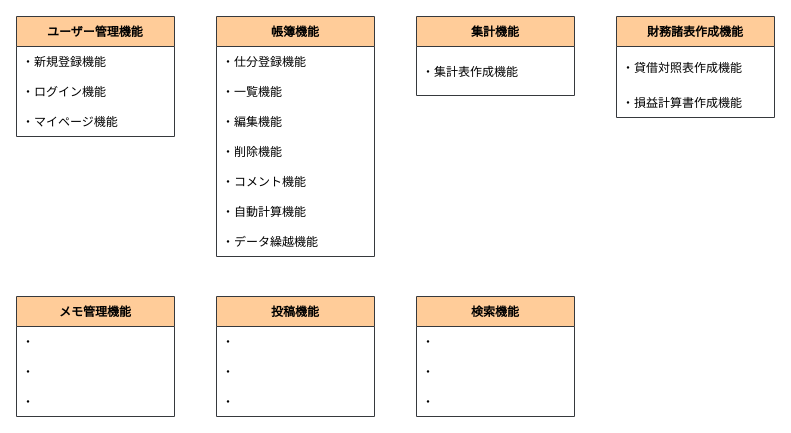
rikakohira/moneyforest keeps this draw.io diagram as page "機能一覧" (1 of 3) of moneyforest.dio. Above is the earlier version. Source tidied: cells renumbered, new cells numbered last; positions are measured from the earlier drawing's top-left corner, leaving out a move shared by most shapes. Both pictures are drawn from the tidied source at 100%, with x=0, y=0 at pixel (16, 16).
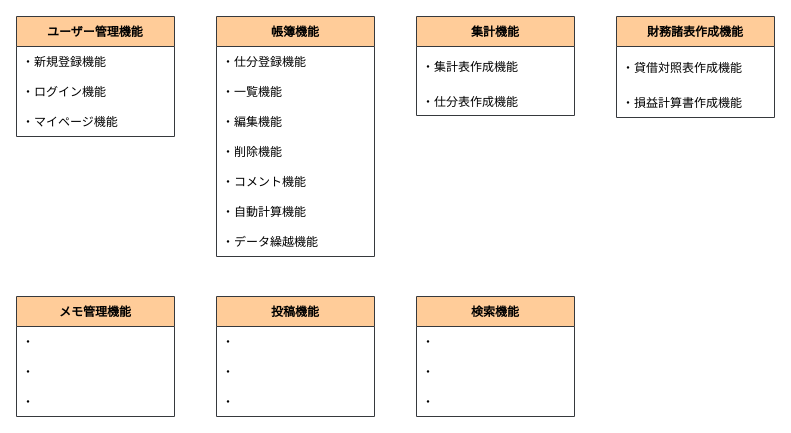
The same page after the edit.

Change to the diagram source:
```diff
@@
     <mxCell id="21" value="集計機能" style="swimlane;fontStyle=1;horizontal=1;startSize=30;fontFamily=Helvetica;fontSize=12;strokeColor=#36393d;fillColor=#ffcc99;fontColor=#000000;" parent="1" vertex="1">
-      <mxGeometry x="400" width="158" height="79" as="geometry" />
+      <mxGeometry x="400" width="158" height="99" as="geometry" />
     </mxCell>
     <mxCell id="22" value="・集計表作成機能" style="text;strokeColor=none;fillColor=none;align=left;verticalAlign=middle;spacingLeft=4;spacingRight=4;overflow=hidden;fontFamily=Helvetica;fontSize=12;fontColor=#000000;startSize=30;" parent="21" vertex="1">
-      <mxGeometry y="30" width="158" height="49" as="geometry" />
+      <mxGeometry y="30" width="158" height="40" as="geometry" />
     </mxCell>
+    <mxCell id="31" value="・仕分表作成機能" style="text;strokeColor=none;fillColor=none;align=left;verticalAlign=middle;spacingLeft=4;spacingRight=4;overflow=hidden;fontFamily=Helvetica;fontSize=12;fontColor=#000000;startSize=30;" parent="21" vertex="1">
+      <mxGeometry y="70" width="158" height="29" as="geometry" />
+    </mxCell>
```
